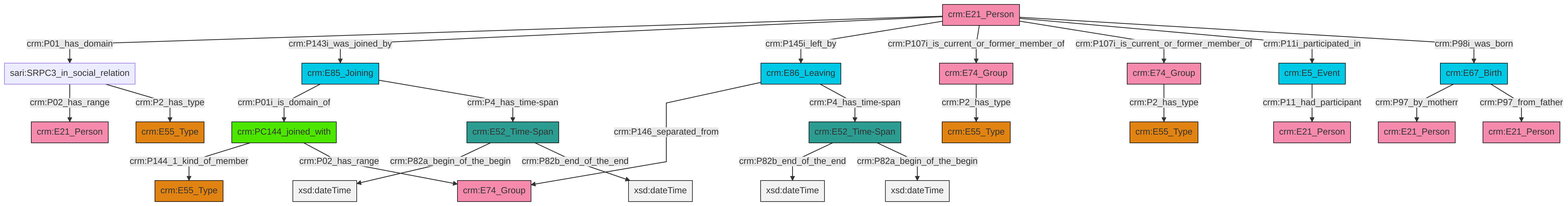
Above: et/personCSV/ttl/mmd/png/Person_Actor_Relations.png in swiss-art-research-net/docs.swissartresearch (Mermaid), before the change. Its source is kept beside it as et/personCSV/ttl/mmd/Person_Actor_Relations.ttl.mmd.
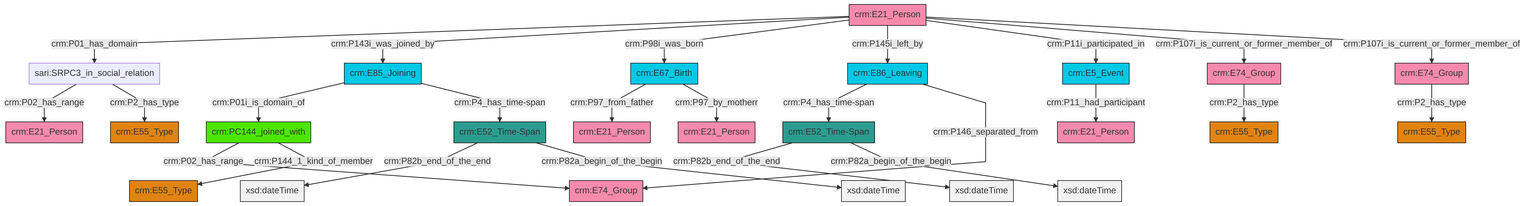
The same file after the commit.

What changed in the source:
```diff
@@ -13,27 +13,27 @@
 classDef PC_Classes fill:#4ce600, stroke:#000000;
 classDef Multi fill:#cccccc,stroke:#000000;
 
-0["crm:E21_Person"]:::Actor -->|crm:P01_has_domain| 1["sari:SRPC3_in_social_relation"]:::Default
-2["crm:E52_Time-Span"]:::Time-Span -->|crm:P82b_end_of_the_end| 3[xsd:dateTime]:::Literal
-4["crm:E86_Leaving"]:::Temporal_Entity -->|crm:P146_separated_from| 5["crm:E74_Group"]:::Actor
-10["crm:PC144_joined_with"]:::PC_Classes -->|crm:P144_1_kind_of_member| 15["crm:E55_Type"]:::Type
-17["crm:E52_Time-Span"]:::Time-Span -->|crm:P82a_begin_of_the_begin| 18[xsd:dateTime]:::Literal
-0["crm:E21_Person"]:::Actor -->|crm:P143i_was_joined_by| 19["crm:E85_Joining"]:::Temporal_Entity
-20["crm:E74_Group"]:::Actor -->|crm:P2_has_type| 21["crm:E55_Type"]:::Type
-22["crm:E67_Birth"]:::Temporal_Entity -->|crm:P97_by_motherr| 23["crm:E21_Person"]:::Actor
-25["crm:E74_Group"]:::Actor -->|crm:P2_has_type| 6["crm:E55_Type"]:::Type
-19["crm:E85_Joining"]:::Temporal_Entity -->|crm:P01i_is_domain_of| 10["crm:PC144_joined_with"]:::PC_Classes
-8["crm:E5_Event"]:::Temporal_Entity -->|crm:P11_had_participant| 13["crm:E21_Person"]:::Actor
-0["crm:E21_Person"]:::Actor -->|crm:P145i_left_by| 4["crm:E86_Leaving"]:::Temporal_Entity
-19["crm:E85_Joining"]:::Temporal_Entity -->|crm:P4_has_time-span| 17["crm:E52_Time-Span"]:::Time-Span
-4["crm:E86_Leaving"]:::Temporal_Entity -->|crm:P4_has_time-span| 2["crm:E52_Time-Span"]:::Time-Span
-0["crm:E21_Person"]:::Actor -->|crm:P107i_is_current_or_former_member_of| 20["crm:E74_Group"]:::Actor
-22["crm:E67_Birth"]:::Temporal_Entity -->|crm:P97_from_father| 26["crm:E21_Person"]:::Actor
-17["crm:E52_Time-Span"]:::Time-Span -->|crm:P82b_end_of_the_end| 34[xsd:dateTime]:::Literal
-2["crm:E52_Time-Span"]:::Time-Span -->|crm:P82a_begin_of_the_begin| 35[xsd:dateTime]:::Literal
-1["sari:SRPC3_in_social_relation"]:::Default -->|crm:P02_has_range| 38["crm:E21_Person"]:::Actor
-0["crm:E21_Person"]:::Actor -->|crm:P107i_is_current_or_former_member_of| 25["crm:E74_Group"]:::Actor
-0["crm:E21_Person"]:::Actor -->|crm:P11i_participated_in| 8["crm:E5_Event"]:::Temporal_Entity
-0["crm:E21_Person"]:::Actor -->|crm:P98i_was_born| 22["crm:E67_Birth"]:::Temporal_Entity
-10["crm:PC144_joined_with"]:::PC_Classes -->|crm:P02_has_range| 5["crm:E74_Group"]:::Actor
-1["sari:SRPC3_in_social_relation"]:::Default -->|crm:P2_has_type| 32["crm:E55_Type"]:::Type
+0["crm:E5_Event"]:::Temporal_Entity -->|crm:P11_had_participant| 1["crm:E21_Person"]:::Actor
+10["crm:E67_Birth"]:::Temporal_Entity -->|crm:P97_from_father| 11["crm:E21_Person"]:::Actor
+14["crm:E52_Time-Span"]:::Time-Span -->|crm:P82b_end_of_the_end| 15[xsd:dateTime]:::Literal
+16["crm:E86_Leaving"]:::Temporal_Entity -->|crm:P4_has_time-span| 17["crm:E52_Time-Span"]:::Time-Span
+21["sari:SRPC3_in_social_relation"]:::Default -->|crm:P02_has_range| 22["crm:E21_Person"]:::Actor
+19["crm:E74_Group"]:::Actor -->|crm:P2_has_type| 6["crm:E55_Type"]:::Type
+25["crm:E21_Person"]:::Actor -->|crm:P01_has_domain| 21["sari:SRPC3_in_social_relation"]:::Default
+17["crm:E52_Time-Span"]:::Time-Span -->|crm:P82b_end_of_the_end| 28[xsd:dateTime]:::Literal
+26["crm:PC144_joined_with"]:::PC_Classes -->|crm:P02_has_range| 4["crm:E74_Group"]:::Actor
+16["crm:E86_Leaving"]:::Temporal_Entity -->|crm:P146_separated_from| 4["crm:E74_Group"]:::Actor
+10["crm:E67_Birth"]:::Temporal_Entity -->|crm:P97_by_motherr| 2["crm:E21_Person"]:::Actor
+36["crm:E85_Joining"]:::Temporal_Entity -->|crm:P01i_is_domain_of| 26["crm:PC144_joined_with"]:::PC_Classes
+25["crm:E21_Person"]:::Actor -->|crm:P143i_was_joined_by| 36["crm:E85_Joining"]:::Temporal_Entity
+17["crm:E52_Time-Span"]:::Time-Span -->|crm:P82a_begin_of_the_begin| 37[xsd:dateTime]:::Literal
+25["crm:E21_Person"]:::Actor -->|crm:P98i_was_born| 10["crm:E67_Birth"]:::Temporal_Entity
+25["crm:E21_Person"]:::Actor -->|crm:P145i_left_by| 16["crm:E86_Leaving"]:::Temporal_Entity
+25["crm:E21_Person"]:::Actor -->|crm:P11i_participated_in| 0["crm:E5_Event"]:::Temporal_Entity
+26["crm:PC144_joined_with"]:::PC_Classes -->|crm:P144_1_kind_of_member| 23["crm:E55_Type"]:::Type
+25["crm:E21_Person"]:::Actor -->|crm:P107i_is_current_or_former_member_of| 19["crm:E74_Group"]:::Actor
+36["crm:E85_Joining"]:::Temporal_Entity -->|crm:P4_has_time-span| 14["crm:E52_Time-Span"]:::Time-Span
+14["crm:E52_Time-Span"]:::Time-Span -->|crm:P82a_begin_of_the_begin| 40[xsd:dateTime]:::Literal
+25["crm:E21_Person"]:::Actor -->|crm:P107i_is_current_or_former_member_of| 8["crm:E74_Group"]:::Actor
+21["sari:SRPC3_in_social_relation"]:::Default -->|crm:P2_has_type| 34["crm:E55_Type"]:::Type
+8["crm:E74_Group"]:::Actor -->|crm:P2_has_type| 31["crm:E55_Type"]:::Type
```
